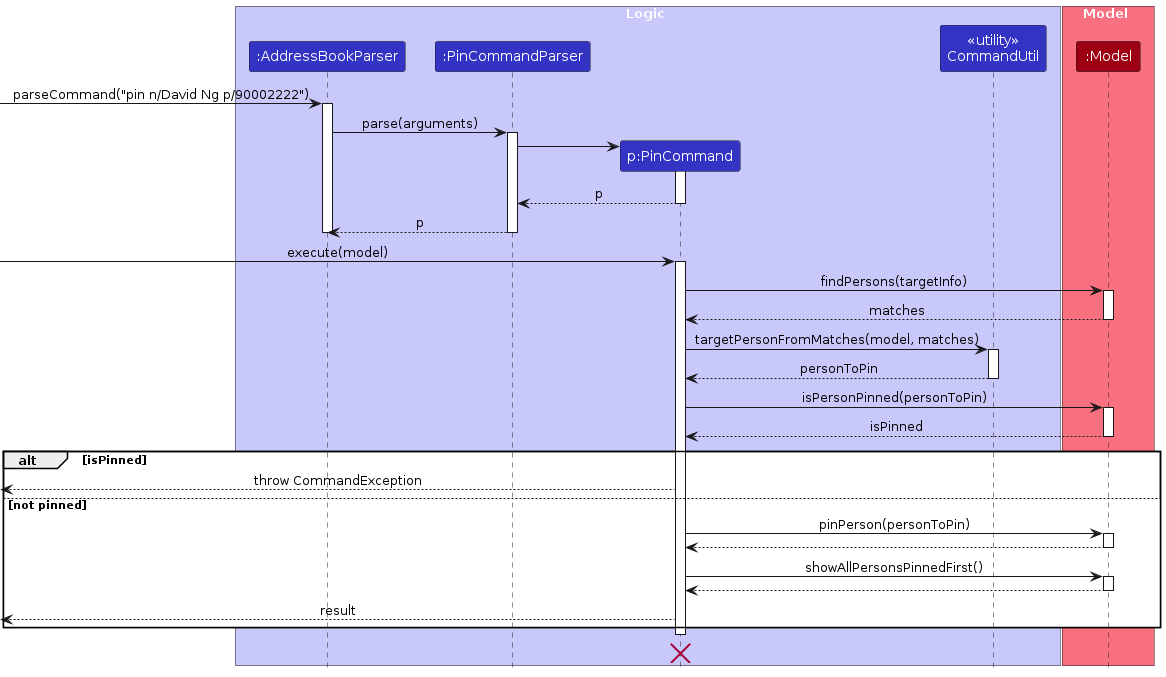
AY2526S2-CS2103-F08-4/tp keeps this PlantUML diagram as diagrams/PinSequenceDiagram-Logic.png. Above is the earlier version. Its source is kept beside it as diagrams/PinSequenceDiagram-Logic.puml.
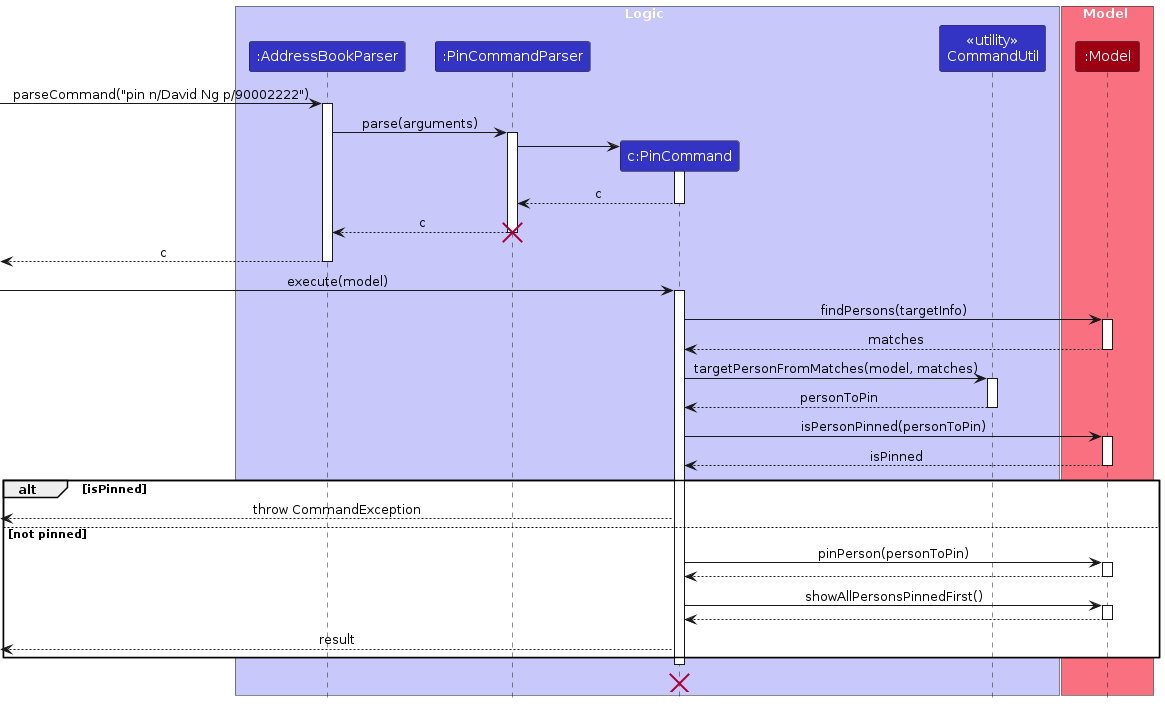
Above is the later version.

Change to the diagram source:
```diff
@@ -5,7 +5,7 @@
 box Logic LOGIC_COLOR_T1
 participant ":AddressBookParser" as AddressBookParser LOGIC_COLOR
 participant ":PinCommandParser" as PinCommandParser LOGIC_COLOR
-participant "p:PinCommand" as PinCommand LOGIC_COLOR
+participant "c:PinCommand" as PinCommand LOGIC_COLOR
 participant "<<utility>>\nCommandUtil" as CommandUtil LOGIC_COLOR
 end box
 
@@ -22,11 +22,14 @@
 create PinCommand
 PinCommandParser -> PinCommand
 activate PinCommand
-PinCommand --> PinCommandParser : p
+PinCommand --> PinCommandParser : c
 deactivate PinCommand
 
-PinCommandParser --> AddressBookParser : p
+PinCommandParser --> AddressBookParser : c
 deactivate PinCommandParser
+destroy PinCommandParser
+
+[<-- AddressBookParser : c
 deactivate AddressBookParser
 
 [-> PinCommand : execute(model)
```
